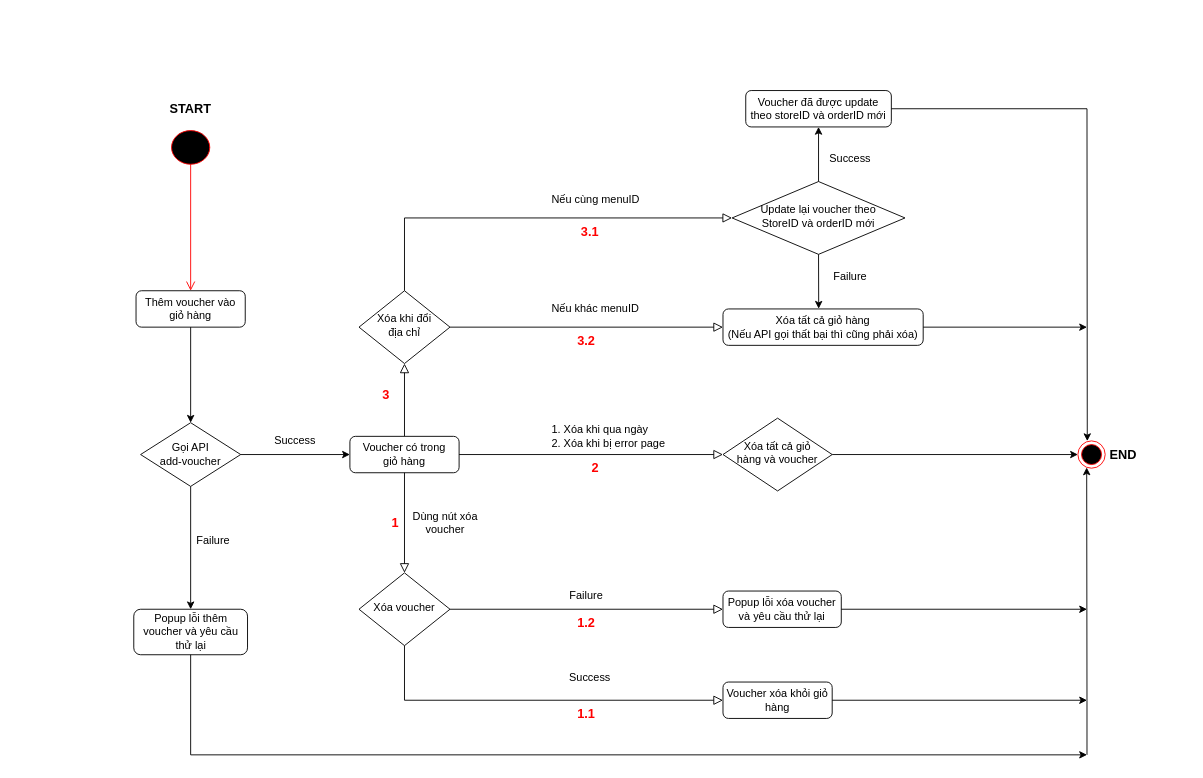
The draw.io diagram Untitled Diagram.drawio in giangnguyenpzh/deme-book, before the edit. Source tidied: cells renumbered, new cells numbered last; positions are measured from the earlier drawing's top-left corner, leaving out a move shared by most shapes. Both pictures are drawn from the tidied source at 91%, with x=0, y=0 at pixel (133, 90).
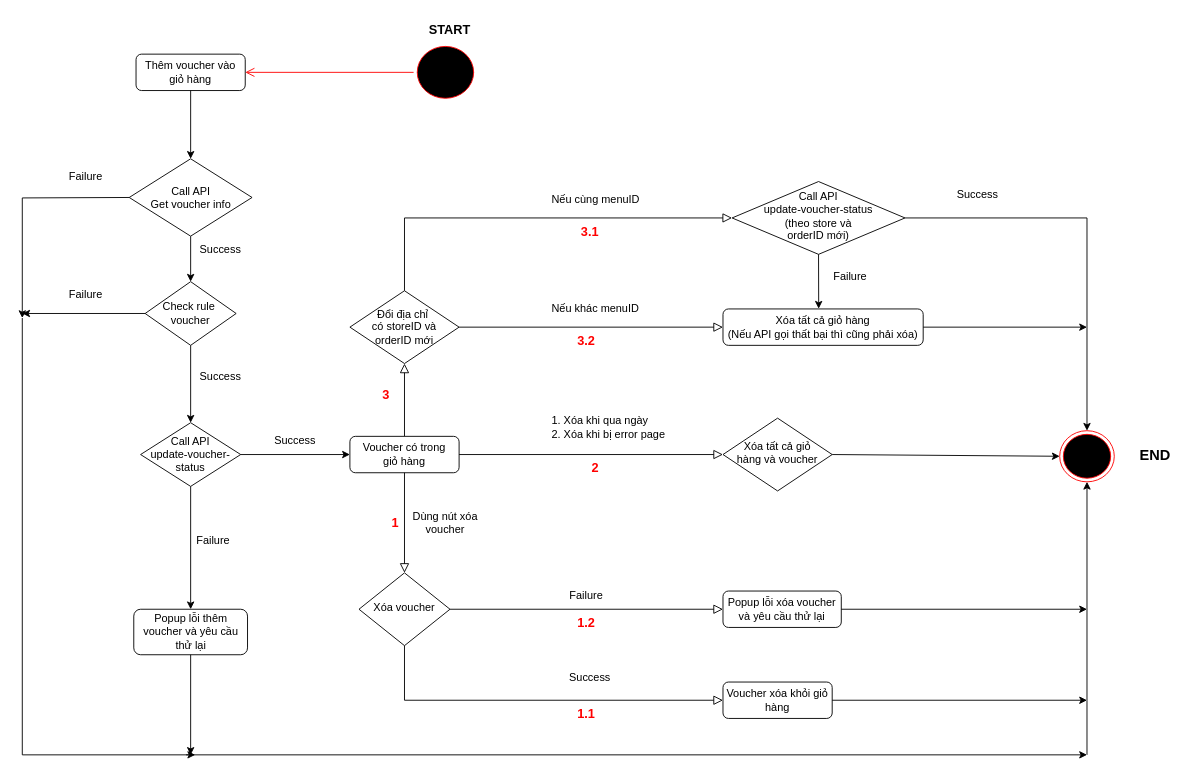
The same diagram, later.

Unchanged cells that the change refers to:
```xml
<mxCell id="34" value="Popup lỗi thêm voucher và yêu cầu thử lại" style="rounded=1;whiteSpace=wrap;html=1;fontSize=12;glass=0;strokeWidth=1;shadow=0;" parent="1" vertex="1">
  <mxGeometry x="0.5" y="570" width="125" height="50" as="geometry" />
</mxCell>
```

The edit, as a diff of the source:
```diff
@@
-    <mxCell id="12" value="Xóa khi đổi &lt;br&gt;địa chỉ" style="rhombus;whiteSpace=wrap;html=1;shadow=0;fontFamily=Helvetica;fontSize=12;align=center;strokeWidth=1;spacing=6;spacingTop=-4;" parent="1" vertex="1">
-      <mxGeometry x="248" y="220" width="100" height="80" as="geometry" />
+    <mxCell id="12" style="rhombus;whiteSpace=wrap;html=1;shadow=0;fontFamily=Helvetica;fontSize=12;align=center;strokeWidth=1;spacing=6;spacingTop=-4;" parent="1" vertex="1">
+      <mxGeometry x="238" y="220" width="120" height="80" as="geometry" />
     </mxCell>
@@
     <mxCell id="18" value="1. Xóa khi qua ngày&lt;br&gt;2. Xóa khi bị error page" style="text;html=1;strokeColor=none;fillColor=none;align=left;verticalAlign=middle;whiteSpace=wrap;rounded=0;" parent="1" vertex="1">
-      <mxGeometry x="458" y="360" width="130" height="40" as="geometry" />
+      <mxGeometry x="458" y="350" width="130" height="40" as="geometry" />
     </mxCell>
@@
     <mxCell id="20" style="ellipse;html=1;shape=endState;fillColor=#000000;strokeColor=#ff0000;" parent="1" vertex="1">
-      <mxGeometry x="1038" y="385" width="30" height="30" as="geometry" />
+      <mxGeometry x="1018" y="373.8" width="60" height="56.2" as="geometry" />
     </mxCell>
-    <mxCell id="21" style="edgeStyle=orthogonalEdgeStyle;html=1;verticalAlign=bottom;endArrow=open;endSize=8;strokeColor=#ff0000;rounded=0;entryX=0.5;entryY=0;entryDx=0;entryDy=0;exitX=0.5;exitY=0.904;exitDx=0;exitDy=0;exitPerimeter=0;" parent="1" edge="1" source="38" target="30">
-      <mxGeometry relative="1" as="geometry" />
-    </mxCell>
     <mxCell id="22" value="&lt;b&gt;&lt;font style=&quot;font-size: 14px;&quot;&gt;START&lt;/font&gt;&lt;/b&gt;" style="text;html=1;strokeColor=none;fillColor=none;align=center;verticalAlign=middle;whiteSpace=wrap;rounded=0;" parent="1" vertex="1">
-      <mxGeometry x="33" y="5" width="60" height="30" as="geometry" />
+      <mxGeometry x="318" y="-82.5" width="60" height="30" as="geometry" />
     </mxCell>
-    <mxCell id="23" value="&lt;b&gt;&lt;font style=&quot;font-size: 14px;&quot;&gt;END&lt;/font&gt;&lt;/b&gt;" style="text;html=1;strokeColor=none;fillColor=none;align=center;verticalAlign=middle;whiteSpace=wrap;rounded=0;" parent="1" vertex="1">
-      <mxGeometry x="1058" y="377.5" width="60" height="45" as="geometry" />
+    <mxCell id="23" value="&lt;b&gt;&lt;font style=&quot;font-size: 16px;&quot;&gt;END&lt;/font&gt;&lt;/b&gt;" style="text;html=1;strokeColor=none;fillColor=none;align=center;verticalAlign=middle;whiteSpace=wrap;rounded=0;" parent="1" vertex="1">
+      <mxGeometry x="1088" y="378.8" width="70" height="42.5" as="geometry" />
     </mxCell>
@@
-    <mxCell id="26" style="endArrow=classic;html=1;rounded=0;entryX=0.322;entryY=0.973;entryDx=0;entryDy=0;entryPerimeter=0;" parent="1" edge="1" target="20">
+    <mxCell id="26" style="endArrow=classic;html=1;rounded=0;entryX=0.5;entryY=1;entryDx=0;entryDy=0;" parent="1" edge="1" target="20">
       <mxGeometry relative="1" as="geometry">
         <mxPoint x="1048" y="730" as="sourcePoint" />
         <Array as="points">
           <mxPoint x="1048" y="670" />
         </Array>
       </mxGeometry>
     </mxCell>
@@
     <mxCell id="30" value="Thêm voucher vào giỏ hàng" style="rounded=1;whiteSpace=wrap;html=1;fontSize=12;glass=0;strokeWidth=1;shadow=0;" parent="1" vertex="1">
-      <mxGeometry x="3" y="220" width="120" height="40" as="geometry" />
+      <mxGeometry x="3" y="-40" width="120" height="40" as="geometry" />
     </mxCell>
-    <mxCell id="31" value="Gọi API&lt;br&gt;add-voucher" style="rhombus;whiteSpace=wrap;html=1;" parent="1" vertex="1">
+    <mxCell id="31" value="Call API&lt;br&gt;update-voucher-status" style="rhombus;whiteSpace=wrap;html=1;" parent="1" vertex="1">
       <mxGeometry x="8" y="365" width="110" height="70" as="geometry" />
     </mxCell>
@@
-    <mxCell id="37" style="endArrow=classic;html=1;rounded=0;entryX=0.5;entryY=0;entryDx=0;entryDy=0;exitX=0.5;exitY=1;exitDx=0;exitDy=0;" parent="1" edge="1" source="30" target="31">
+    <mxCell id="37" style="endArrow=classic;html=1;rounded=0;entryX=0.5;entryY=0;entryDx=0;entryDy=0;exitX=0.5;exitY=1;exitDx=0;exitDy=0;" parent="1" edge="1" source="55" target="31">
       <mxGeometry relative="1" as="geometry" />
     </mxCell>
     <mxCell id="38" style="ellipse;html=1;shape=startState;fillColor=#000000;strokeColor=#ff0000;" parent="1" vertex="1">
-      <mxGeometry x="38" y="40" width="50" height="45" as="geometry" />
+      <mxGeometry x="308" y="-52.5" width="70" height="65" as="geometry" />
     </mxCell>
@@
-    <mxCell id="46" value="Update lại voucher theo &lt;br&gt;StoreID và orderID mới" style="rhombus;whiteSpace=wrap;html=1;shadow=0;fontFamily=Helvetica;fontSize=12;align=center;strokeWidth=1;spacing=6;spacingTop=-4;" parent="1" vertex="1">
+    <mxCell id="46" value="Call API&lt;br style=&quot;border-color: var(--border-color);&quot;&gt;update-voucher-status&lt;br&gt;(theo store và &lt;br&gt;orderID mới)" style="rhombus;whiteSpace=wrap;html=1;shadow=0;fontFamily=Helvetica;fontSize=12;align=center;strokeWidth=1;spacing=6;spacingTop=-4;" parent="1" vertex="1">
       <mxGeometry x="658" y="100" width="190" height="80" as="geometry" />
     </mxCell>
-    <mxCell id="47" value="Voucher đã được update theo storeID và orderID mới" style="rounded=1;whiteSpace=wrap;html=1;" parent="1" vertex="1">
-      <mxGeometry x="673" width="160" height="40" as="geometry" />
-    </mxCell>
-    <mxCell id="48" style="endArrow=classic;html=1;rounded=0;entryX=0.5;entryY=1;entryDx=0;entryDy=0;exitX=0.5;exitY=0;exitDx=0;exitDy=0;" parent="1" edge="1" source="46" target="47">
-      <mxGeometry relative="1" as="geometry" />
-    </mxCell>
@@
     <mxCell id="50" value="Success" style="text;html=1;strokeColor=none;fillColor=none;align=center;verticalAlign=middle;whiteSpace=wrap;rounded=0;" parent="1" vertex="1">
-      <mxGeometry x="758" y="60" width="60" height="30" as="geometry" />
+      <mxGeometry x="898" y="100" width="60" height="30" as="geometry" />
     </mxCell>
@@
-    <mxCell id="52" style="endArrow=classic;html=1;rounded=0;exitX=1;exitY=0.5;exitDx=0;exitDy=0;entryX=0.344;entryY=0.007;entryDx=0;entryDy=0;entryPerimeter=0;" parent="1" edge="1" source="47" target="20">
+    <mxCell id="52" style="endArrow=classic;html=1;rounded=0;exitX=1;exitY=0.5;exitDx=0;exitDy=0;entryX=0.5;entryY=0;entryDx=0;entryDy=0;" parent="1" edge="1" source="46" target="20">
       <mxGeometry relative="1" as="geometry">
         <Array as="points">
-          <mxPoint x="1048" y="20" />
+          <mxPoint x="1048" y="140" />
         </Array>
       </mxGeometry>
     </mxCell>
-    <mxCell id="53" style="endArrow=classic;html=1;rounded=0;exitX=0.5;exitY=1;exitDx=0;exitDy=0;" parent="1" edge="1" source="34">
+    <mxCell id="53" style="endArrow=classic;html=1;rounded=0;" parent="1" edge="1">
       <mxGeometry relative="1" as="geometry">
+        <mxPoint x="58" y="730" as="sourcePoint" />
         <mxPoint x="1048" y="730" as="targetPoint" />
         <Array as="points">
           <mxPoint x="63" y="730" />
           <mxPoint x="1048" y="730" />
         </Array>
       </mxGeometry>
     </mxCell>
@@
+    <mxCell id="55" value="Check rule&amp;nbsp;&lt;br&gt;voucher" style="rhombus;whiteSpace=wrap;html=1;" parent="1" vertex="1">
+      <mxGeometry x="13" y="210" width="100" height="70" as="geometry" />
+    </mxCell>
+    <mxCell id="56" value="Success" style="text;html=1;strokeColor=none;fillColor=none;align=center;verticalAlign=middle;whiteSpace=wrap;rounded=0;" parent="1" vertex="1">
+      <mxGeometry x="65.5" y="300" width="60" height="30" as="geometry" />
+    </mxCell>
+    <mxCell id="57" style="endArrow=classic;html=1;rounded=0;entryX=0.5;entryY=0;entryDx=0;entryDy=0;exitX=0.5;exitY=1;exitDx=0;exitDy=0;" parent="1" edge="1" source="60" target="55">
+      <mxGeometry relative="1" as="geometry" />
+    </mxCell>
+    <mxCell id="58" value="Failure" style="text;html=1;strokeColor=none;fillColor=none;align=center;verticalAlign=middle;whiteSpace=wrap;rounded=0;" parent="1" vertex="1">
+      <mxGeometry x="-82" y="210" width="60" height="30" as="geometry" />
+    </mxCell>
+    <mxCell id="59" style="endArrow=classic;html=1;rounded=0;entryX=0.5;entryY=0;entryDx=0;entryDy=0;exitX=0.5;exitY=1;exitDx=0;exitDy=0;" parent="1" edge="1" source="30" target="60">
+      <mxGeometry relative="1" as="geometry" />
+    </mxCell>
+    <mxCell id="60" value="Call API&lt;br&gt;Get voucher info" style="rhombus;whiteSpace=wrap;html=1;" parent="1" vertex="1">
+      <mxGeometry x="-4.5" y="75" width="135" height="85" as="geometry" />
+    </mxCell>
+    <mxCell id="61" value="Success" style="text;html=1;strokeColor=none;fillColor=none;align=center;verticalAlign=middle;whiteSpace=wrap;rounded=0;" parent="1" vertex="1">
+      <mxGeometry x="65.5" y="160" width="60" height="30" as="geometry" />
+    </mxCell>
+    <mxCell id="62" style="endArrow=classic;html=1;rounded=0;exitX=0;exitY=0.5;exitDx=0;exitDy=0;" parent="1" edge="1" source="60">
+      <mxGeometry relative="1" as="geometry">
+        <mxPoint x="-122" y="250" as="targetPoint" />
+        <Array as="points">
+          <mxPoint x="-122" y="118" />
+        </Array>
+      </mxGeometry>
+    </mxCell>
+    <mxCell id="63" value="Failure" style="text;html=1;strokeColor=none;fillColor=none;align=center;verticalAlign=middle;whiteSpace=wrap;rounded=0;" parent="1" vertex="1">
+      <mxGeometry x="-82" y="80" width="60" height="30" as="geometry" />
+    </mxCell>
+    <mxCell id="21" style="edgeStyle=orthogonalEdgeStyle;html=1;verticalAlign=bottom;endArrow=open;endSize=8;strokeColor=#ff0000;rounded=0;exitX=0;exitY=0.5;exitDx=0;exitDy=0;entryX=1;entryY=0.5;entryDx=0;entryDy=0;" parent="1" edge="1" source="38" target="30">
+      <mxGeometry relative="1" as="geometry" />
+    </mxCell>
+    <mxCell id="64" value="Đổi địa chỉ&amp;nbsp;&lt;br&gt;có storeID và orderID&amp;nbsp;mới" style="text;html=1;strokeColor=none;fillColor=none;align=center;verticalAlign=middle;whiteSpace=wrap;rounded=0;" parent="1" vertex="1">
+      <mxGeometry x="243" y="250" width="110" height="20" as="geometry" />
+    </mxCell>
+    <mxCell id="65" style="endArrow=classic;html=1;rounded=0;exitX=0;exitY=0.5;exitDx=0;exitDy=0;" parent="1" edge="1" source="55">
+      <mxGeometry relative="1" as="geometry">
+        <mxPoint x="-122" y="245" as="targetPoint" />
+      </mxGeometry>
+    </mxCell>
+    <mxCell id="66" style="endArrow=classic;html=1;rounded=0;" parent="1" edge="1">
+      <mxGeometry relative="1" as="geometry">
+        <mxPoint x="-122" y="250" as="sourcePoint" />
+        <mxPoint x="68" y="730" as="targetPoint" />
+        <Array as="points">
+          <mxPoint x="-122" y="730" />
+        </Array>
+      </mxGeometry>
+    </mxCell>
+    <mxCell id="67" style="endArrow=classic;html=1;rounded=0;exitX=0.5;exitY=1;exitDx=0;exitDy=0;" parent="1" edge="1" source="34">
+      <mxGeometry relative="1" as="geometry">
+        <mxPoint x="63" y="730" as="targetPoint" />
+      </mxGeometry>
+    </mxCell>
```
